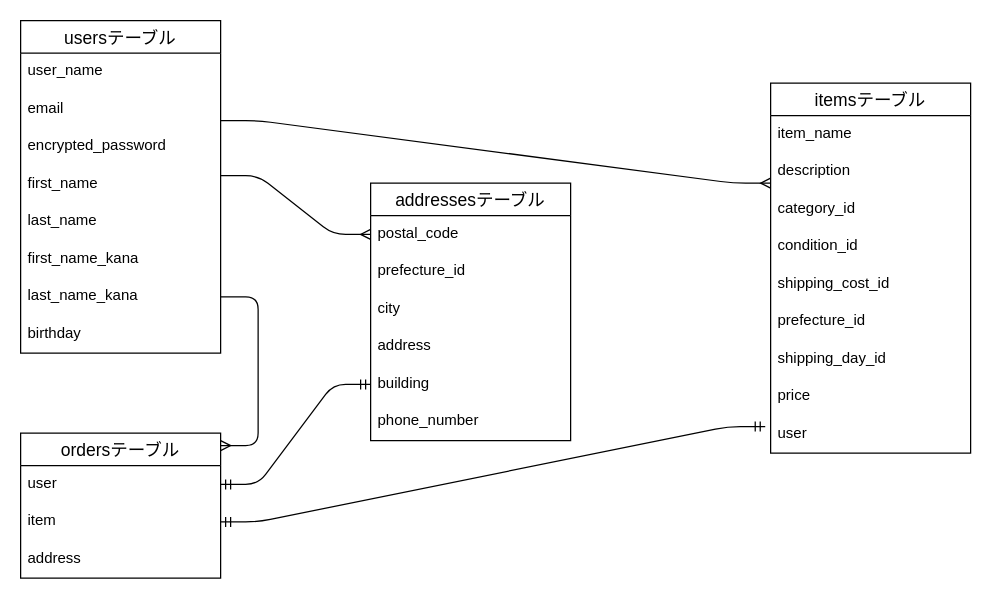
Earlier version of the draw.io diagram ER.dio (jing929/furima-40599). Source tidied: cells renumbered, new cells numbered last; positions are measured from the earlier drawing's top-left corner, leaving out a move shared by most shapes. Both pictures are drawn from the tidied source at 125%, with x=0, y=0 at pixel (20, 20).
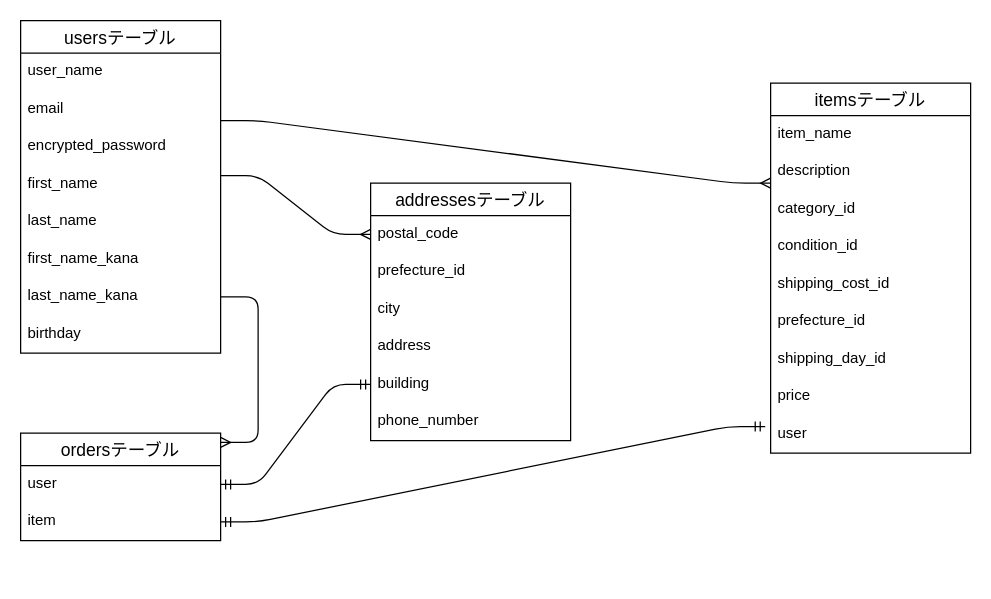
Above is the later version.

Diff of the diagram source:
```diff
@@
     <mxCell id="21" value="ordersテーブル" style="swimlane;fontStyle=0;horizontal=1;startSize=26;align=center;fontSize=14;labelBackgroundColor=none;fillColor=default;" parent="1" vertex="1">
-      <mxGeometry y="330" width="160" height="116" as="geometry" />
+      <mxGeometry y="330" width="160" height="86" as="geometry" />
     </mxCell>
@@
-    <mxCell id="24" value="address" style="text;strokeColor=none;fillColor=none;spacingLeft=4;spacingRight=4;overflow=hidden;fontSize=12;labelBackgroundColor=none;" parent="21" vertex="1">
-      <mxGeometry y="86" width="160" height="30" as="geometry" />
-    </mxCell>
```
